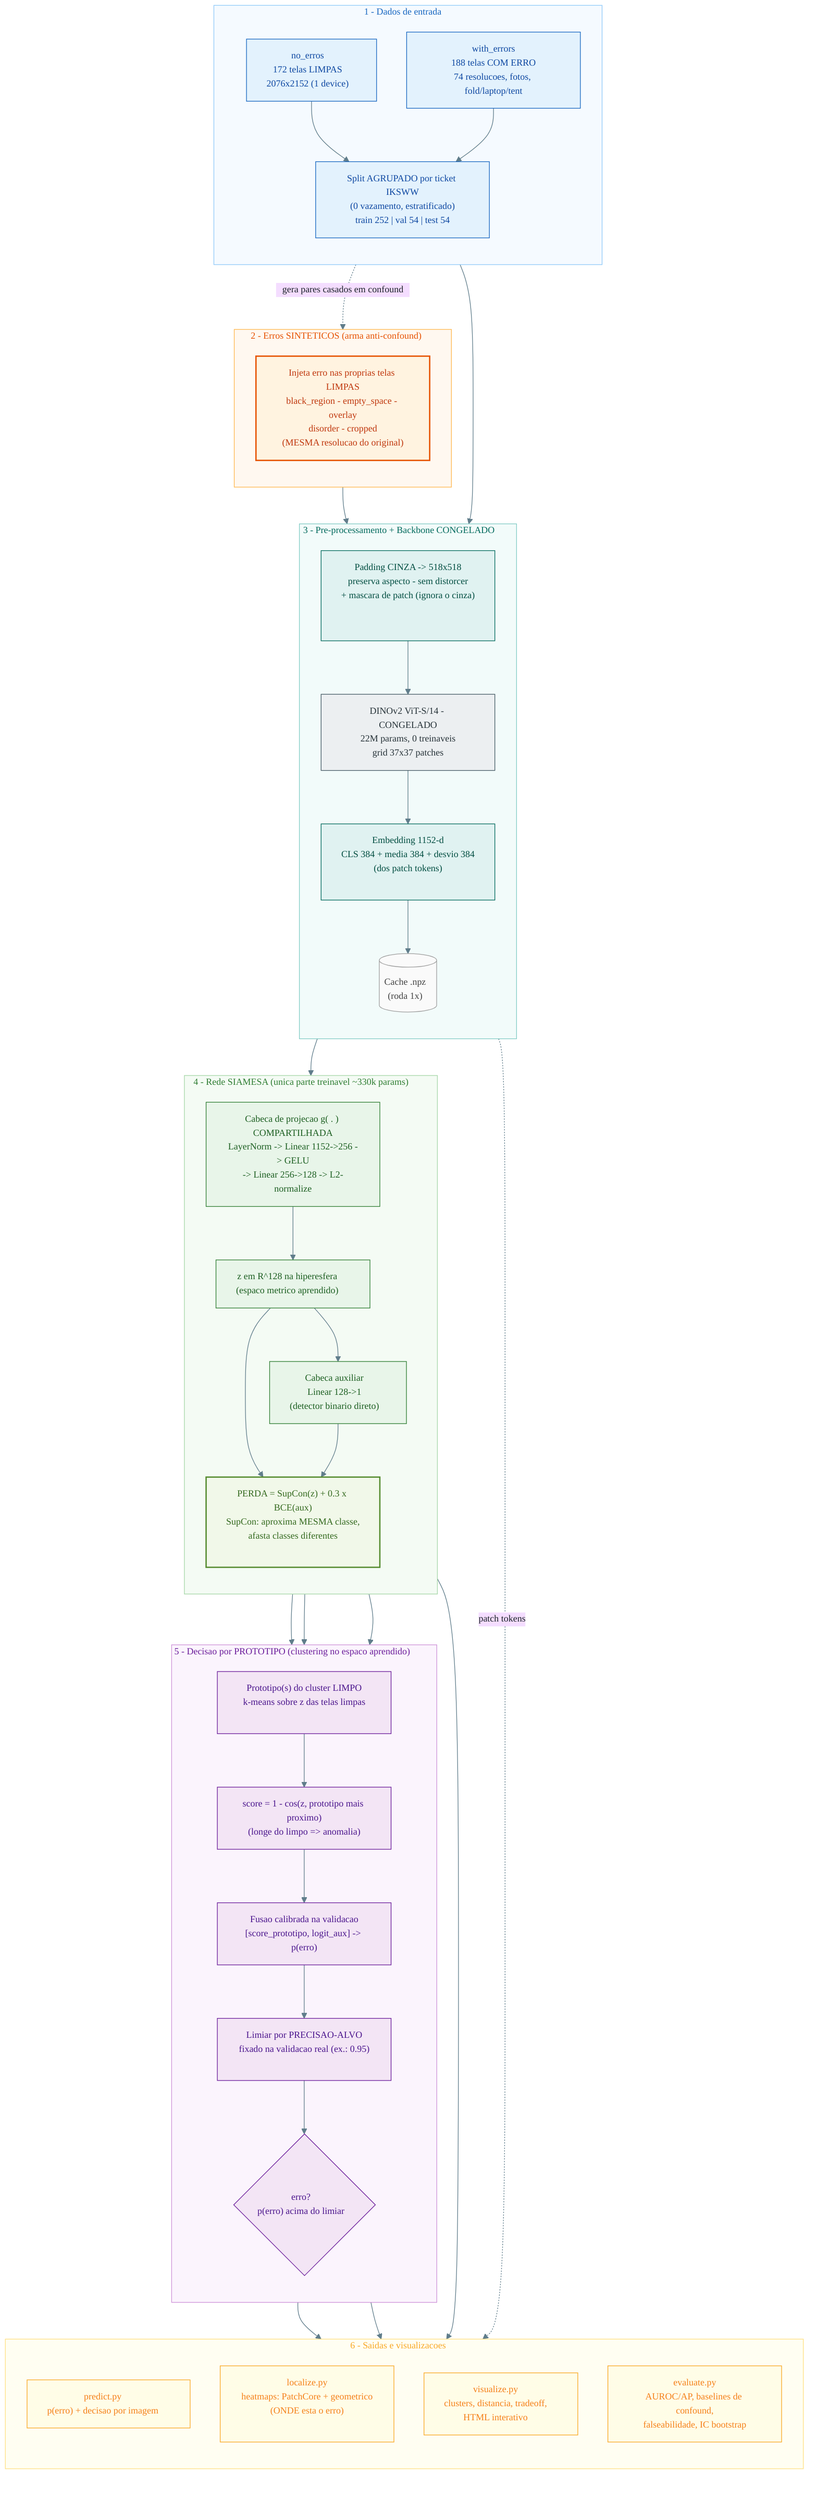
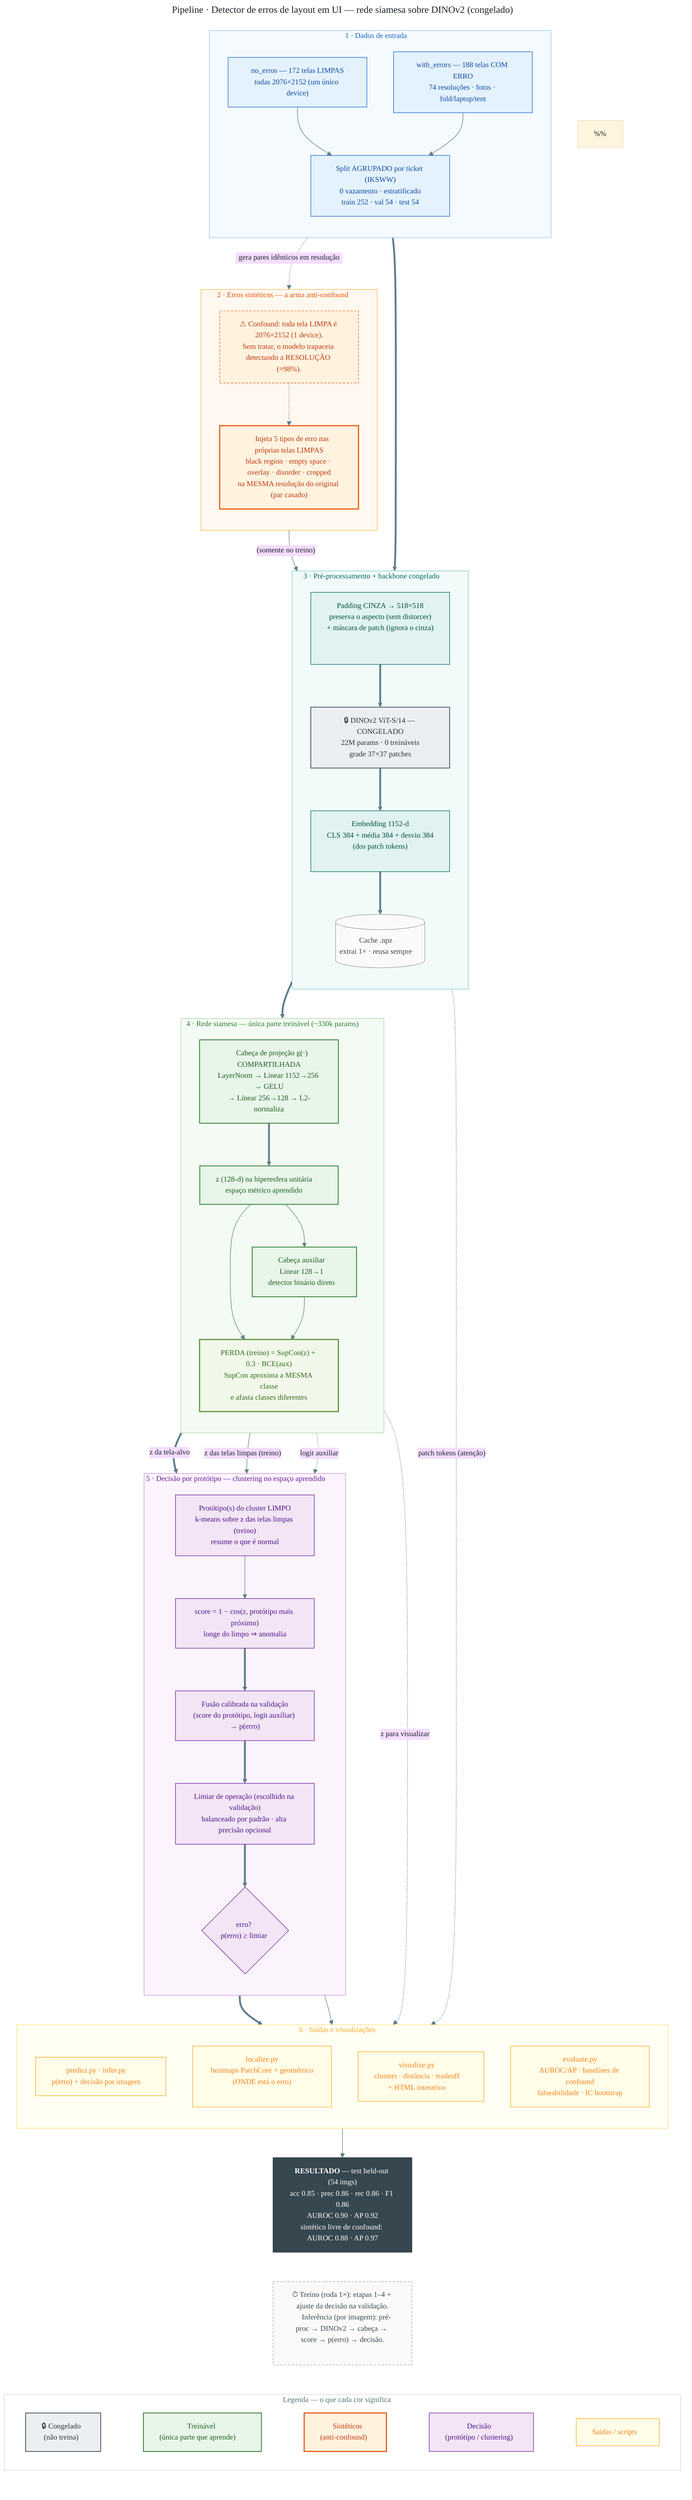
+ ---
+ title: "Pipeline · Detector de erros de layout em UI — rede siamesa sobre DINOv2 (congelado)"
+ ---
%%{init: {
  "theme": "base",
  "themeVariables": {
    "fontFamily": "Segoe UI, Helvetica, Arial, sans-serif",
    "fontSize": "14px",
    "lineColor": "#607D8B",
    "primaryTextColor": "#1A2027"
  },
-   "flowchart": { "curve": "basis", "nodeSpacing": 45, "rankSpacing": 55 }
+   "flowchart": { "curve": "basis", "nodeSpacing": 50, "rankSpacing": 55 }
}}%%
flowchart TB
+     %% =====================================================================
+     %% Fonte unica do diagrama do pipeline. Renderiza no GitHub / GitLab / VS Code
+     %% (extensao Mermaid). O bloco embutido em docs/RELATORIO_APRESENTACAO.md
+     %% (secao "3-bis") deve espelhar EXATAMENTE este arquivo.
+     %%
+     %% Linha GROSSA  ( ==> ) = caminho principal (o percurso de uma tela ate a decisao).
+     %% Linha fina    ( --> ) = ligacao de apoio.
+     %% Linha pontilhada (-.->) = entrada auxiliar / saida derivada (nao e o fluxo principal).
+     %% =====================================================================

    %% ===================== 1. DADOS =====================
-     subgraph S1["1 - Dados de entrada"]
+     subgraph S1["1 · Dados de entrada"]
        direction TB
-         D1["no_erros<br/>172 telas LIMPAS<br/>2076x2152 (1 device)"]:::dados
-         D2["with_errors<br/>188 telas COM ERRO<br/>74 resolucoes, fotos, fold/laptop/tent"]:::dados
-         SPLIT["Split AGRUPADO por ticket IKSWW<br/>(0 vazamento, estratificado)<br/>train 252 | val 54 | test 54"]:::dados
+         D1["no_erros — 172 telas LIMPAS<br/>todas 2076×2152 (um único device)"]:::dados
+         D2["with_errors — 188 telas COM ERRO<br/>74 resoluções · fotos · fold/laptop/tent"]:::dados
+         SPLIT["Split AGRUPADO por ticket (IKSWW)<br/>0 vazamento · estratificado<br/>train 252 · val 54 · test 54"]:::dados
        D1 --> SPLIT
        D2 --> SPLIT
    end

    %% ============ 2. SINTETICOS (ANTI-CONFOUND) ============
-     subgraph S2["2 - Erros SINTETICOS (arma anti-confound)"]
+     subgraph S2["2 · Erros sintéticos — a arma anti-confound"]
        direction TB
-         SYN["Injeta erro nas proprias telas LIMPAS<br/>black_region - empty_space - overlay<br/>disorder - cropped<br/>(MESMA resolucao do original)"]:::synth
+         WHY["⚠ Confound: toda tela LIMPA é 2076×2152 (1 device).<br/>Sem tratar, o modelo trapaceia detectando a RESOLUÇÃO (≈98%)."]:::warn
+         SYN["🧪 Injeta 5 tipos de erro nas próprias telas LIMPAS<br/>black region · empty space · overlay · disorder · cropped<br/>na MESMA resolução do original (par casado)"]:::synth
+         WHY -.-> SYN
    end
-     D1 -.->|"gera pares casados em confound"| SYN

    %% ============ 3. PRE-PROCESSAMENTO + BACKBONE ============
-     subgraph S3["3 - Pre-processamento + Backbone CONGELADO"]
+     subgraph S3["3 · Pré-processamento + backbone congelado"]
        direction TB
-         PRE["Padding CINZA -> 518x518<br/>preserva aspecto - sem distorcer<br/>+ mascara de patch (ignora o cinza)"]:::preproc
-         BB["DINOv2 ViT-S/14 - CONGELADO<br/>22M params, 0 treinaveis<br/>grid 37x37 patches"]:::frozen
-         EMB["Embedding 1152-d<br/>CLS 384 + media 384 + desvio 384<br/>(dos patch tokens)"]:::preproc
-         CACHE[("Cache .npz<br/>(roda 1x)")]:::cache
-         PRE --> BB --> EMB --> CACHE
+         PRE["Padding CINZA → 518×518<br/>preserva o aspecto (sem distorcer)<br/>+ máscara de patch (ignora o cinza)"]:::preproc
+         BB["🔒 DINOv2 ViT-S/14 — CONGELADO<br/>22M params · 0 treináveis<br/>grade 37×37 patches"]:::frozen
+         EMB["Embedding 1152-d<br/>CLS 384 + média 384 + desvio 384<br/>(dos patch tokens)"]:::preproc
+         CACHE[("Cache .npz<br/>extrai 1× · reusa sempre")]:::cache
+         PRE ==> BB ==> EMB ==> CACHE
    end
-     SPLIT --> PRE
-     SYN --> PRE

    %% ============ 4. REDE SIAMESA (TREINAVEL) ============
-     subgraph S4["4 - Rede SIAMESA (unica parte treinavel ~330k params)"]
+     subgraph S4["4 · Rede siamesa — única parte treinável (~330k params)"]
        direction TB
-         HEAD["Cabeca de projecao g( . ) COMPARTILHADA<br/>LayerNorm -> Linear 1152->256 -> GELU<br/>-> Linear 256->128 -> L2-normalize"]:::head
-         Z["z em R^128 na hiperesfera<br/>(espaco metrico aprendido)"]:::head
-         AUX["Cabeca auxiliar<br/>Linear 128->1<br/>(detector binario direto)"]:::head
-         LOSS["PERDA = SupCon(z) + 0.3 x BCE(aux)<br/>SupCon: aproxima MESMA classe,<br/>afasta classes diferentes"]:::loss
-         HEAD --> Z
+         HEAD["🎯 Cabeça de projeção g(·) COMPARTILHADA<br/>LayerNorm → Linear 1152→256 → GELU<br/>→ Linear 256→128 → L2-normaliza"]:::head
+         Z["z (128-d) na hiperesfera unitária<br/>espaço métrico aprendido"]:::head
+         AUX["Cabeça auxiliar<br/>Linear 128→1<br/>detector binário direto"]:::head
+         LOSS["PERDA (treino) = SupCon(z) + 0.3 · BCE(aux)<br/>SupCon aproxima a MESMA classe<br/>e afasta classes diferentes"]:::loss
+         HEAD ==> Z
        Z --> AUX
        Z --> LOSS
        AUX --> LOSS
    end
-     CACHE --> HEAD

-     %% ============ 5. DECISAO (CLUSTERING/PROTOTIPO) ============
-     subgraph S5["5 - Decisao por PROTOTIPO (clustering no espaco aprendido)"]
+     %% ============ 5. DECISAO (PROTOTIPO / CLUSTERING) ============
+     subgraph S5["5 · Decisão por protótipo — clustering no espaço aprendido"]
        direction TB
-         PROTO["Prototipo(s) do cluster LIMPO<br/>k-means sobre z das telas limpas"]:::decis
-         SCORE["score = 1 - cos(z, prototipo mais proximo)<br/>(longe do limpo => anomalia)"]:::decis
-         FUS["Fusao calibrada na validacao<br/>[score_prototipo, logit_aux] -> p(erro)"]:::decis
-         THR["Limiar por PRECISAO-ALVO<br/>fixado na validacao real (ex.: 0.95)"]:::decis
-         DEC{"erro?<br/>p(erro) acima do limiar"}:::decis
-         PROTO --> SCORE --> FUS --> THR --> DEC
+         PROTO["Protótipo(s) do cluster LIMPO<br/>k-means sobre z das telas limpas (treino)<br/>resume o que é normal"]:::decis
+         SCORE["score = 1 − cos(z, protótipo mais próximo)<br/>longe do limpo ⇒ anomalia"]:::decis
+         FUS["Fusão calibrada na validação<br/>(score do protótipo, logit auxiliar) → p(erro)"]:::decis
+         THR["Limiar de operação (escolhido na validação)<br/>balanceado por padrão · alta precisão opcional"]:::decis
+         DEC{"erro?<br/>p(erro) ≥ limiar"}:::decis
+         SCORE ==> FUS ==> THR ==> DEC
+         PROTO --> SCORE
    end
-     Z --> PROTO
-     Z --> SCORE
-     AUX --> FUS

    %% ============ 6. SAIDAS / VISUALIZACOES ============
-     subgraph S6["6 - Saidas e visualizacoes"]
+     subgraph S6["6 · Saídas e visualizações"]
        direction TB
-         O1["predict.py<br/>p(erro) + decisao por imagem"]:::out
-         O2["localize.py<br/>heatmaps: PatchCore + geometrico<br/>(ONDE esta o erro)"]:::out
-         O3["visualize.py<br/>clusters, distancia, tradeoff,<br/>HTML interativo"]:::out
-         O4["evaluate.py<br/>AUROC/AP, baselines de confound,<br/>falseabilidade, IC bootstrap"]:::out
+         O1["predict.py · infer.py<br/>p(erro) + decisão por imagem"]:::out
+         O2["localize.py<br/>heatmaps PatchCore + geométrico<br/>(ONDE está o erro)"]:::out
+         O3["visualize.py<br/>clusters · distância · tradeoff<br/>+ HTML interativo"]:::out
+         O4["evaluate.py<br/>AUROC/AP · baselines de confound<br/>falseabilidade · IC bootstrap"]:::out
    end
-     DEC --> O1
-     BB -.->|"patch tokens"| O2
-     Z --> O3
+ 
+     %% ============ RESULTADO (o retorno do pipeline) ============
+     RES["<b>RESULTADO</b> — test held-out (54 imgs)<br/>acc 0.85 · prec 0.86 · rec 0.86 · F1 0.86<br/>AUROC 0.90 · AP 0.92<br/>sintético livre de confound: AUROC 0.88 · AP 0.97"]:::result
+ 
+     %% ===================== LIGACOES ENTRE ETAPAS =====================
+     D1 -.->|"gera pares idênticos em resolução"| SYN
+ 
+     SPLIT ==> PRE
+     SYN -->|"(somente no treino)"| PRE
+ 
+     CACHE ==> HEAD
+ 
+     Z ==>|"z da tela-alvo"| SCORE
+     Z -->|"z das telas limpas (treino)"| PROTO
+     AUX -.->|"logit auxiliar"| FUS
+ 
+     DEC ==> O1
    DEC --> O4
+     BB -.->|"patch tokens (atenção)"| O2
+     Z -.->|"z para visualizar"| O3
+     O4 --> RES
+ 
+     %% ===================== LEGENDA =====================
+     subgraph LEG["Legenda — o que cada cor significa"]
+         direction LR
+         LG1["🔒 Congelado<br/>(não treina)"]:::frozen
+         LG2["🎯 Treinável<br/>(única parte que aprende)"]:::head
+         LG3["🧪 Sintéticos<br/>(anti-confound)"]:::synth
+         LG4["Decisão<br/>(protótipo / clustering)"]:::decis
+         LG5["Saídas / scripts"]:::out
+         LG1 ~~~ LG2 ~~~ LG3 ~~~ LG4 ~~~ LG5
+     end
+ 
+     NOTE_PHASE["⏱ Treino (roda 1×): etapas 1–4 + ajuste da decisão na validação.<br/>🚀 Inferência (por imagem): pré-proc → DINOv2 → cabeça → score → p(erro) → decisão."]:::note
+ 
+     %% ancora a legenda e a nota abaixo do resultado (linhas invisiveis)
+     RES ~~~ NOTE_PHASE
+     NOTE_PHASE ~~~ LEG

    %% ===================== ESTILOS =====================
    classDef dados   fill:#E3F2FD,stroke:#1565C0,stroke-width:1px,color:#0D47A1;
    classDef synth   fill:#FFF3E0,stroke:#E65100,stroke-width:2px,color:#BF360C;
    classDef preproc fill:#E0F2F1,stroke:#00695C,stroke-width:1px,color:#004D40;
-     classDef frozen  fill:#ECEFF1,stroke:#455A64,stroke-width:1px,color:#263238;
+     classDef frozen  fill:#ECEFF1,stroke:#455A64,stroke-width:1.5px,color:#263238;
    classDef cache   fill:#FAFAFA,stroke:#9E9E9E,stroke-width:1px,color:#424242;
-     classDef head    fill:#E8F5E9,stroke:#2E7D32,stroke-width:1px,color:#1B5E20;
+     classDef head    fill:#E8F5E9,stroke:#2E7D32,stroke-width:1.5px,color:#1B5E20;
    classDef loss    fill:#F1F8E9,stroke:#558B2F,stroke-width:2px,color:#33691E;
    classDef decis   fill:#F3E5F5,stroke:#6A1B9A,stroke-width:1px,color:#4A148C;
    classDef out     fill:#FFFDE7,stroke:#F9A825,stroke-width:1px,color:#F57F17;
+     classDef result  fill:#37474F,stroke:#263238,stroke-width:1px,color:#FFFFFF;
+     classDef note    fill:#FAFAFA,stroke:#90A4AE,stroke-width:1px,color:#37474F,stroke-dasharray:4 3;
+     classDef warn    fill:#FFF3E0,stroke:#E65100,stroke-width:1px,color:#BF360C,stroke-dasharray:4 3;

    style S1 fill:#F5FAFF,stroke:#90CAF9,color:#1565C0
    style S2 fill:#FFF8F0,stroke:#FFB74D,color:#E65100
    style S3 fill:#F2FBFA,stroke:#80CBC4,color:#00695C
    style S4 fill:#F4FBF4,stroke:#A5D6A7,color:#2E7D32
    style S5 fill:#FBF4FD,stroke:#CE93D8,color:#6A1B9A
    style S6 fill:#FFFEF2,stroke:#FFE082,color:#F9A825
+     style LEG fill:#FFFFFF,stroke:#CFD8DC,color:#546E7A
